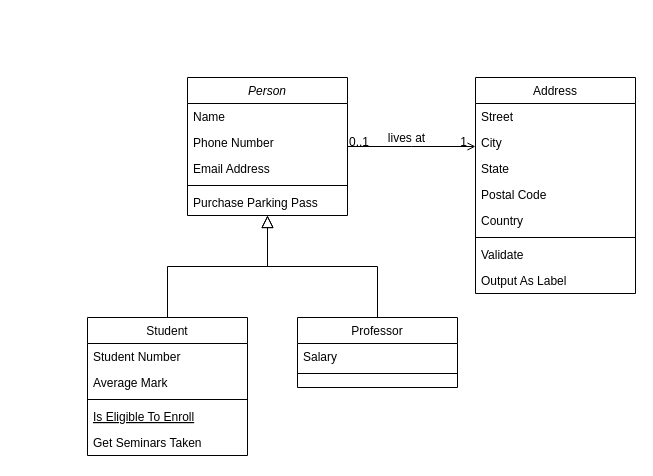
This is Untitled Diagram.drawio from gdimit01/CV-website, a draw.io file, before an edit. Source tidied: cells renumbered, new cells numbered last; positions are measured from the earlier drawing's top-left corner, leaving out a move shared by most shapes. Both pictures are drawn from the tidied source at 100%, with x=0, y=0 at pixel (87, 77).
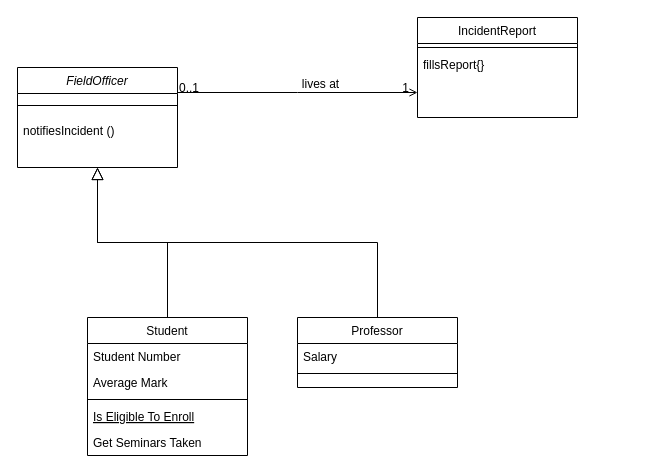
The same diagram, later.

The edit, as a diff of the source:
```diff
@@
-    <mxCell id="2" value="Person" style="swimlane;fontStyle=2;align=center;verticalAlign=top;horizontal=1;startSize=26;rounded=0;shadow=0;strokeWidth=1;" parent="1" vertex="1">
-      <mxGeometry x="100" width="160" height="138" as="geometry" />
+    <mxCell id="2" value="FieldOfficer" style="swimlane;fontStyle=2;align=center;verticalAlign=top;horizontal=1;startSize=26;rounded=0;shadow=0;strokeWidth=1;" parent="1" vertex="1">
+      <mxGeometry x="-70" y="-10" width="160" height="100" as="geometry" />
     </mxCell>
-    <mxCell id="3" value="Name" style="text;align=left;verticalAlign=top;spacingLeft=4;spacingRight=4;overflow=hidden;" parent="2" vertex="1">
-      <mxGeometry y="26" width="160" height="26" as="geometry" />
-    </mxCell>
-    <mxCell id="4" value="Phone Number" style="text;align=left;verticalAlign=top;spacingLeft=4;spacingRight=4;overflow=hidden;rounded=0;shadow=0;html=0;" parent="2" vertex="1">
-      <mxGeometry y="52" width="160" height="26" as="geometry" />
-    </mxCell>
-    <mxCell id="5" value="Email Address" style="text;align=left;verticalAlign=top;spacingLeft=4;spacingRight=4;overflow=hidden;rounded=0;shadow=0;html=0;" parent="2" vertex="1">
-      <mxGeometry y="78" width="160" height="26" as="geometry" />
-    </mxCell>
     <mxCell id="6" style="line;html=1;strokeWidth=1;align=left;verticalAlign=middle;spacingTop=-1;spacingLeft=3;spacingRight=3;labelPosition=right;" parent="2" vertex="1">
-      <mxGeometry y="104" width="160" height="8" as="geometry" />
+      <mxGeometry y="26" width="160" height="24" as="geometry" />
     </mxCell>
-    <mxCell id="7" value="Purchase Parking Pass" style="text;align=left;verticalAlign=top;spacingLeft=4;spacingRight=4;overflow=hidden;" parent="2" vertex="1">
-      <mxGeometry y="112" width="160" height="26" as="geometry" />
+    <mxCell id="7" value="notifiesIncident ()" style="text;align=left;verticalAlign=top;spacingLeft=4;spacingRight=4;overflow=hidden;" parent="2" vertex="1">
+      <mxGeometry y="50" width="160" height="26" as="geometry" />
     </mxCell>
@@
-    <mxCell id="19" value="Address" style="swimlane;fontStyle=0;align=center;verticalAlign=top;horizontal=1;startSize=26;rounded=0;shadow=0;strokeWidth=1;" parent="1" vertex="1">
-      <mxGeometry x="388" width="160" height="216" as="geometry" />
+    <mxCell id="19" value="IncidentReport" style="swimlane;fontStyle=0;align=center;verticalAlign=top;horizontal=1;startSize=26;rounded=0;shadow=0;strokeWidth=1;" parent="1" vertex="1">
+      <mxGeometry x="330" y="-60" width="160" height="100" as="geometry" />
     </mxCell>
-    <mxCell id="20" value="Street" style="text;align=left;verticalAlign=top;spacingLeft=4;spacingRight=4;overflow=hidden;" parent="19" vertex="1">
-      <mxGeometry y="26" width="160" height="26" as="geometry" />
-    </mxCell>
-    <mxCell id="21" value="City" style="text;align=left;verticalAlign=top;spacingLeft=4;spacingRight=4;overflow=hidden;rounded=0;shadow=0;html=0;" parent="19" vertex="1">
-      <mxGeometry y="52" width="160" height="26" as="geometry" />
-    </mxCell>
-    <mxCell id="22" value="State" style="text;align=left;verticalAlign=top;spacingLeft=4;spacingRight=4;overflow=hidden;rounded=0;shadow=0;html=0;" parent="19" vertex="1">
-      <mxGeometry y="78" width="160" height="26" as="geometry" />
-    </mxCell>
-    <mxCell id="23" value="Postal Code" style="text;align=left;verticalAlign=top;spacingLeft=4;spacingRight=4;overflow=hidden;rounded=0;shadow=0;html=0;" parent="19" vertex="1">
-      <mxGeometry y="104" width="160" height="26" as="geometry" />
-    </mxCell>
-    <mxCell id="24" value="Country" style="text;align=left;verticalAlign=top;spacingLeft=4;spacingRight=4;overflow=hidden;rounded=0;shadow=0;html=0;" parent="19" vertex="1">
-      <mxGeometry y="130" width="160" height="26" as="geometry" />
-    </mxCell>
     <mxCell id="25" style="line;html=1;strokeWidth=1;align=left;verticalAlign=middle;spacingTop=-1;spacingLeft=3;spacingRight=3;labelPosition=right;" parent="19" vertex="1">
-      <mxGeometry y="156" width="160" height="8" as="geometry" />
+      <mxGeometry y="26" width="160" height="8" as="geometry" />
     </mxCell>
-    <mxCell id="26" value="Validate" style="text;align=left;verticalAlign=top;spacingLeft=4;spacingRight=4;overflow=hidden;" parent="19" vertex="1">
-      <mxGeometry y="164" width="160" height="26" as="geometry" />
+    <mxCell id="26" value="fillsReport{}" style="text;align=left;verticalAlign=top;spacingLeft=4;spacingRight=4;overflow=hidden;" parent="19" vertex="1">
+      <mxGeometry y="34" width="160" height="26" as="geometry" />
     </mxCell>
-    <mxCell id="27" value="Output As Label" style="text;align=left;verticalAlign=top;spacingLeft=4;spacingRight=4;overflow=hidden;" parent="19" vertex="1">
-      <mxGeometry y="190" width="160" height="26" as="geometry" />
-    </mxCell>
```
